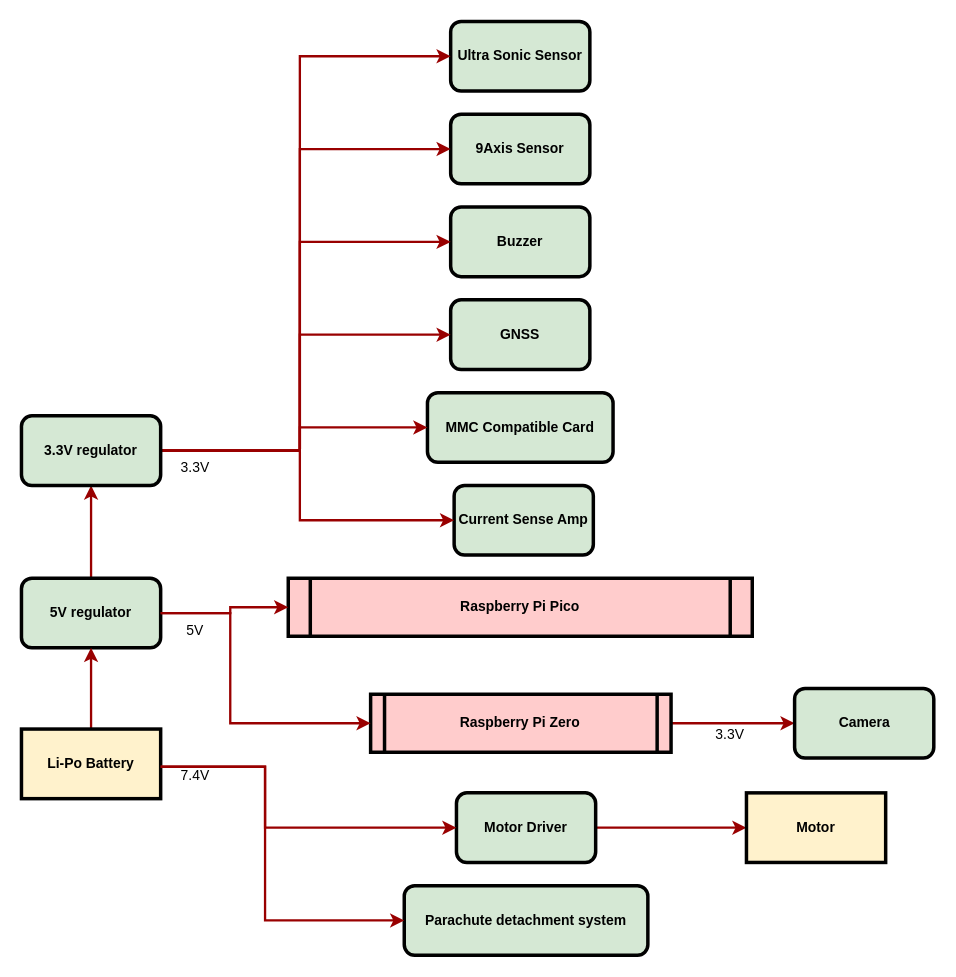
kodama-gentaro/cansat_team_a keeps this draw.io diagram as system-char-source.drawio.xml. Above is the earlier version. Source tidied: cells renumbered, new cells numbered last; positions are measured from the earlier drawing's top-left corner, leaving out a move shared by most shapes. Both pictures are drawn from the tidied source at 116%, with x=0, y=0 at pixel (21, 21).
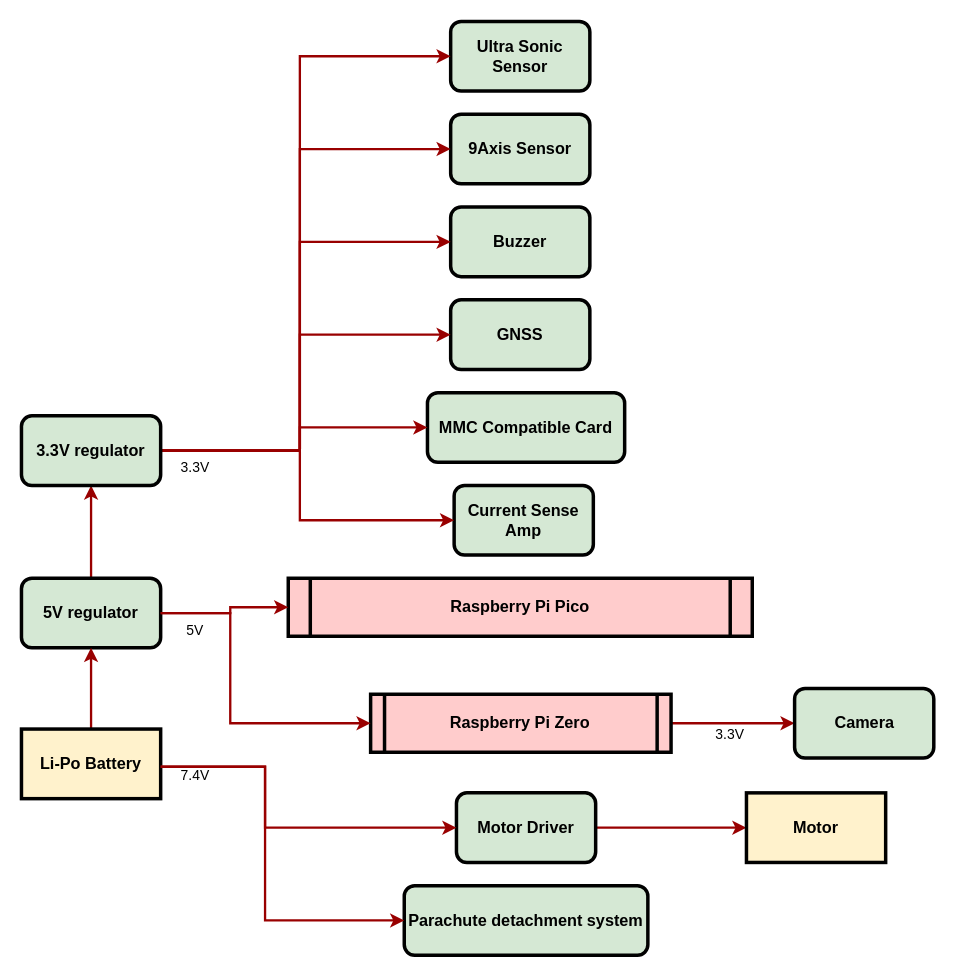
Above is the later version.

Commit message:
system-char-source.drawio.xml を更新します

Change to the diagram source:
```diff
@@
-    <mxCell id="2" value="Raspberry Pi Pico" style="shape=process;whiteSpace=wrap;align=center;verticalAlign=middle;size=0.0475;fontStyle=1;strokeWidth=3;fillColor=#FFCCCC;" parent="1" vertex="1">
+    <mxCell id="2" value="Raspberry Pi Pico" style="shape=process;whiteSpace=wrap;align=center;verticalAlign=middle;size=0.0475;fontStyle=1;strokeWidth=3;fillColor=#FFCCCC;fontSize=14;" parent="1" vertex="1">
       <mxGeometry x="230" y="480" width="400" height="50" as="geometry" />
     </mxCell>
@@
-    <mxCell id="4" value="&lt;font style=&quot;font-size: 12px;&quot;&gt;&lt;b&gt;&lt;font style=&quot;font-size: 12px;&quot;&gt;Motor&lt;/font&gt;&lt;/b&gt; &lt;b&gt;Driver&lt;/b&gt;&lt;/font&gt;" style="rounded=1;whiteSpace=wrap;html=1;strokeWidth=3;fillColor=#d5e8d4;strokeColor=#000000;" parent="1" vertex="1">
+    <mxCell id="4" value="&lt;font style=&quot;font-size: 14px;&quot;&gt;&lt;b&gt;&lt;font style=&quot;font-size: 14px;&quot;&gt;Motor&lt;/font&gt;&lt;/b&gt; &lt;b&gt;Driver&lt;/b&gt;&lt;/font&gt;" style="rounded=1;whiteSpace=wrap;html=1;strokeWidth=3;fillColor=#d5e8d4;strokeColor=#000000;" parent="1" vertex="1">
       <mxGeometry x="375" y="665" width="120" height="60" as="geometry" />
     </mxCell>
-    <mxCell id="5" value="&lt;div&gt;&lt;font style=&quot;font-size: 12px;&quot;&gt;&lt;b&gt;&lt;font style=&quot;font-size: 12px;&quot;&gt;Motor&lt;/font&gt;&lt;/b&gt;&lt;br&gt;&lt;/font&gt;&lt;/div&gt;" style="rounded=0;whiteSpace=wrap;html=1;strokeWidth=3;fillColor=#fff2cc;strokeColor=#000000;" parent="1" vertex="1">
+    <mxCell id="5" value="&lt;div style=&quot;font-size: 14px;&quot;&gt;&lt;font style=&quot;font-size: 14px;&quot;&gt;&lt;b&gt;&lt;font style=&quot;font-size: 14px;&quot;&gt;Motor&lt;/font&gt;&lt;/b&gt;&lt;br&gt;&lt;/font&gt;&lt;/div&gt;" style="rounded=0;whiteSpace=wrap;html=1;strokeWidth=3;fillColor=#fff2cc;strokeColor=#000000;" parent="1" vertex="1">
       <mxGeometry x="625" y="665" width="120" height="60" as="geometry" />
     </mxCell>
-    <mxCell id="6" value="&lt;b&gt;Current Sense Amp&lt;br&gt;&lt;/b&gt;" style="rounded=1;whiteSpace=wrap;html=1;strokeWidth=3;fillColor=#d5e8d4;strokeColor=#000000;" parent="1" vertex="1">
+    <mxCell id="6" value="&lt;font style=&quot;font-size: 14px;&quot;&gt;&lt;b&gt;Current Sense Amp&lt;br&gt;&lt;/b&gt;&lt;/font&gt;" style="rounded=1;whiteSpace=wrap;html=1;strokeWidth=3;fillColor=#d5e8d4;strokeColor=#000000;" parent="1" vertex="1">
       <mxGeometry x="373" y="400" width="120" height="60" as="geometry" />
     </mxCell>
@@
-    <mxCell id="8" value="Raspberry Pi Zero" style="shape=process;whiteSpace=wrap;align=center;verticalAlign=middle;size=0.0475;fontStyle=1;strokeWidth=3;fillColor=#FFCCCC;" parent="1" vertex="1">
+    <mxCell id="8" value="Raspberry Pi Zero" style="shape=process;whiteSpace=wrap;align=center;verticalAlign=middle;size=0.0475;fontStyle=1;strokeWidth=3;fillColor=#FFCCCC;fontSize=14;" parent="1" vertex="1">
       <mxGeometry x="301" y="580" width="259" height="50" as="geometry" />
     </mxCell>
-    <mxCell id="9" value="&lt;b&gt;9Axis Sensor&lt;br&gt;&lt;/b&gt;" style="rounded=1;whiteSpace=wrap;html=1;strokeWidth=3;fillColor=#d5e8d4;strokeColor=#000000;" parent="1" vertex="1">
+    <mxCell id="9" value="&lt;font style=&quot;font-size: 14px;&quot;&gt;&lt;b&gt;9Axis Sensor&lt;br&gt;&lt;/b&gt;&lt;/font&gt;" style="rounded=1;whiteSpace=wrap;html=1;strokeWidth=3;fillColor=#d5e8d4;strokeColor=#000000;" parent="1" vertex="1">
       <mxGeometry x="370" y="80" width="120" height="60" as="geometry" />
     </mxCell>
-    <mxCell id="10" value="&lt;b&gt;GNSS&lt;/b&gt;" style="rounded=1;whiteSpace=wrap;html=1;strokeWidth=3;fillColor=#d5e8d4;strokeColor=#000000;" parent="1" vertex="1">
+    <mxCell id="10" value="&lt;font size=&quot;1&quot;&gt;&lt;b style=&quot;font-size: 14px;&quot;&gt;GNSS&lt;/b&gt;&lt;/font&gt;" style="rounded=1;whiteSpace=wrap;html=1;strokeWidth=3;fillColor=#d5e8d4;strokeColor=#000000;" parent="1" vertex="1">
       <mxGeometry x="370" y="240" width="120" height="60" as="geometry" />
     </mxCell>
-    <mxCell id="11" value="&lt;b&gt;MMC Compatible Card&lt;br&gt;&lt;/b&gt;" style="rounded=1;whiteSpace=wrap;html=1;strokeWidth=3;fillColor=#d5e8d4;strokeColor=#000000;" parent="1" vertex="1">
-      <mxGeometry x="350" y="320" width="160" height="60" as="geometry" />
+    <mxCell id="11" value="&lt;font style=&quot;font-size: 14px;&quot;&gt;&lt;b&gt;MMC Compatible Card&lt;br&gt;&lt;/b&gt;&lt;/font&gt;" style="rounded=1;whiteSpace=wrap;html=1;strokeWidth=3;fillColor=#d5e8d4;strokeColor=#000000;" parent="1" vertex="1">
+      <mxGeometry x="350" y="320" width="170" height="60" as="geometry" />
     </mxCell>
-    <mxCell id="12" value="&lt;b&gt;Camera&lt;/b&gt;" style="rounded=1;whiteSpace=wrap;html=1;strokeWidth=3;fillColor=#d5e8d4;strokeColor=#000000;" parent="1" vertex="1">
+    <mxCell id="12" value="&lt;font size=&quot;1&quot;&gt;&lt;b style=&quot;font-size: 14px;&quot;&gt;Camera&lt;/b&gt;&lt;/font&gt;" style="rounded=1;whiteSpace=wrap;html=1;strokeWidth=3;fillColor=#d5e8d4;strokeColor=#000000;" parent="1" vertex="1">
       <mxGeometry x="666.5" y="575" width="120" height="60" as="geometry" />
     </mxCell>
-    <mxCell id="13" value="&lt;b&gt;Ultra Sonic Sensor&lt;br&gt;&lt;/b&gt;" style="rounded=1;whiteSpace=wrap;html=1;strokeWidth=3;fillColor=#d5e8d4;strokeColor=#000000;" parent="1" vertex="1">
+    <mxCell id="13" value="&lt;font style=&quot;font-size: 14px;&quot;&gt;&lt;b&gt;Ultra Sonic Sensor&lt;br&gt;&lt;/b&gt;&lt;/font&gt;" style="rounded=1;whiteSpace=wrap;html=1;strokeWidth=3;fillColor=#d5e8d4;strokeColor=#000000;" parent="1" vertex="1">
       <mxGeometry x="370" width="120" height="60" as="geometry" />
     </mxCell>
-    <mxCell id="14" value="&lt;b&gt;Parachute detachment system&lt;br&gt;&lt;/b&gt;" style="rounded=1;whiteSpace=wrap;html=1;strokeWidth=3;fillColor=#d5e8d4;strokeColor=#000000;" parent="1" vertex="1">
+    <mxCell id="14" value="&lt;font style=&quot;font-size: 14px;&quot;&gt;&lt;b&gt;Parachute detachment system&lt;br&gt;&lt;/b&gt;&lt;/font&gt;" style="rounded=1;whiteSpace=wrap;html=1;strokeWidth=3;fillColor=#d5e8d4;strokeColor=#000000;" parent="1" vertex="1">
       <mxGeometry x="330" y="745" width="210" height="60" as="geometry" />
     </mxCell>
-    <mxCell id="15" value="&lt;div&gt;&lt;b&gt;Buzzer&lt;/b&gt;&lt;/div&gt;" style="rounded=1;whiteSpace=wrap;html=1;strokeWidth=3;fillColor=#d5e8d4;strokeColor=#000000;" parent="1" vertex="1">
+    <mxCell id="15" value="&lt;div style=&quot;font-size: 13px;&quot;&gt;&lt;font size=&quot;1&quot;&gt;&lt;b style=&quot;font-size: 14px;&quot;&gt;Buzzer&lt;/b&gt;&lt;/font&gt;&lt;/div&gt;" style="rounded=1;whiteSpace=wrap;html=1;strokeWidth=3;fillColor=#d5e8d4;strokeColor=#000000;" parent="1" vertex="1">
       <mxGeometry x="370" y="160" width="120" height="60" as="geometry" />
     </mxCell>
@@
-    <mxCell id="17" value="&lt;b&gt;5V regulator&lt;/b&gt;" style="rounded=1;whiteSpace=wrap;html=1;strokeWidth=3;fillColor=#d5e8d4;strokeColor=#000000;" parent="1" vertex="1">
+    <mxCell id="17" value="&lt;font size=&quot;1&quot;&gt;&lt;b style=&quot;font-size: 14px;&quot;&gt;5V regulator&lt;/b&gt;&lt;/font&gt;" style="rounded=1;whiteSpace=wrap;html=1;strokeWidth=3;fillColor=#d5e8d4;strokeColor=#000000;" parent="1" vertex="1">
       <mxGeometry y="480" width="120" height="60" as="geometry" />
     </mxCell>
@@
-    <mxCell id="24" value="&lt;b&gt;3.3V regulator&lt;/b&gt;" style="rounded=1;whiteSpace=wrap;html=1;strokeWidth=3;fillColor=#d5e8d4;strokeColor=#000000;" parent="1" vertex="1">
+    <mxCell id="24" value="&lt;font size=&quot;1&quot;&gt;&lt;b style=&quot;font-size: 14px;&quot;&gt;3.3V regulator&lt;/b&gt;&lt;/font&gt;" style="rounded=1;whiteSpace=wrap;html=1;strokeWidth=3;fillColor=#d5e8d4;strokeColor=#000000;" parent="1" vertex="1">
       <mxGeometry y="340" width="120" height="60" as="geometry" />
     </mxCell>
@@
-    <mxCell id="26" value="&lt;b&gt;Li-Po Battery&lt;br&gt;&lt;/b&gt;" style="rounded=0;whiteSpace=wrap;html=1;strokeWidth=3;fillColor=#fff2cc;strokeColor=#000000;" parent="1" vertex="1">
+    <mxCell id="26" value="&lt;font style=&quot;font-size: 14px;&quot;&gt;&lt;b&gt;Li-Po Battery&lt;br&gt;&lt;/b&gt;&lt;/font&gt;" style="rounded=0;whiteSpace=wrap;html=1;strokeWidth=3;fillColor=#fff2cc;strokeColor=#000000;" parent="1" vertex="1">
       <mxGeometry y="610" width="120" height="60" as="geometry" />
     </mxCell>
```
